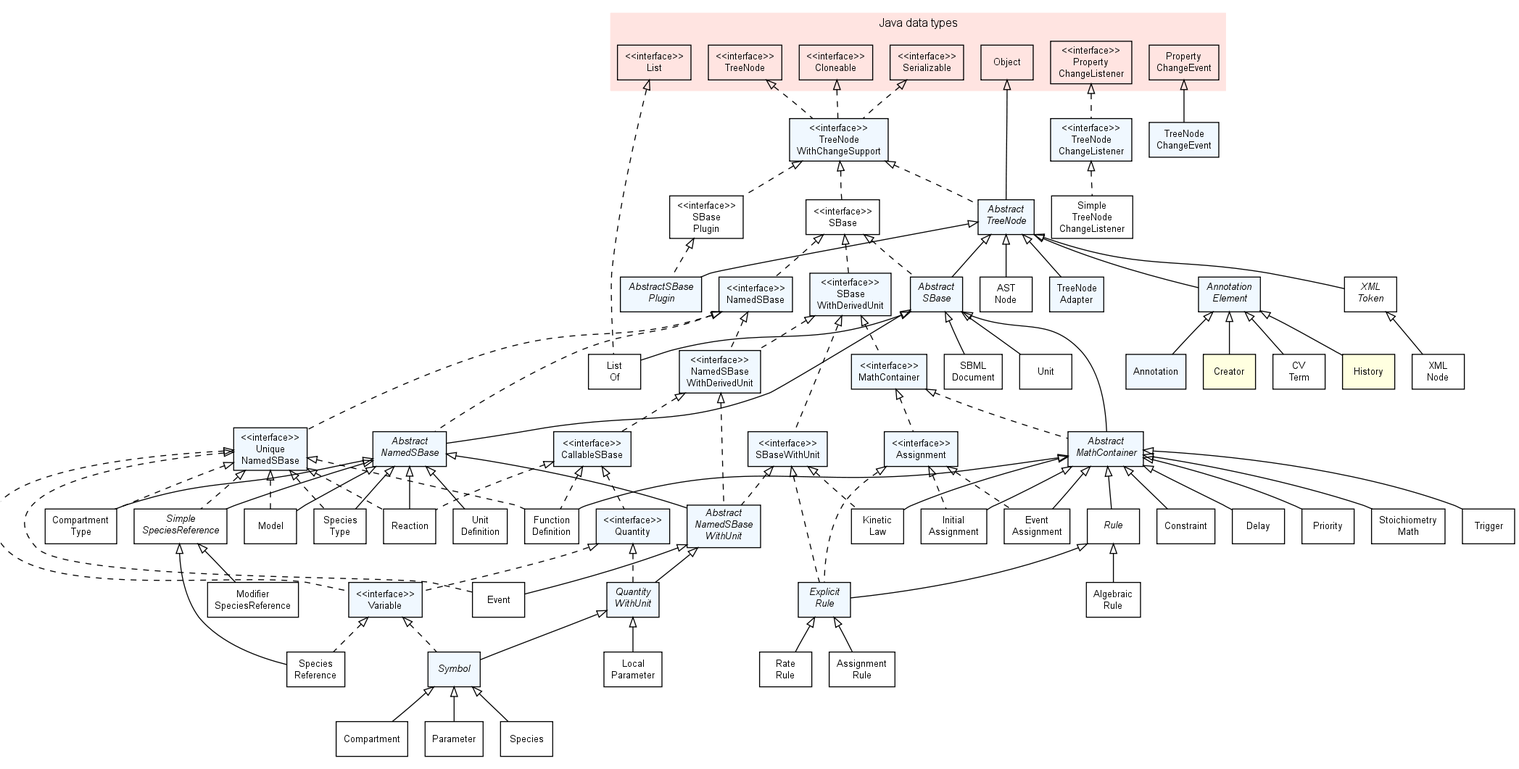
This is doc/img/FullTypeHierarchy.png from sbmlteam/jsbml, a Graphviz export, as it was before one commit. Its source is kept beside it as doc/img/FullTypeHierarchy.dot.
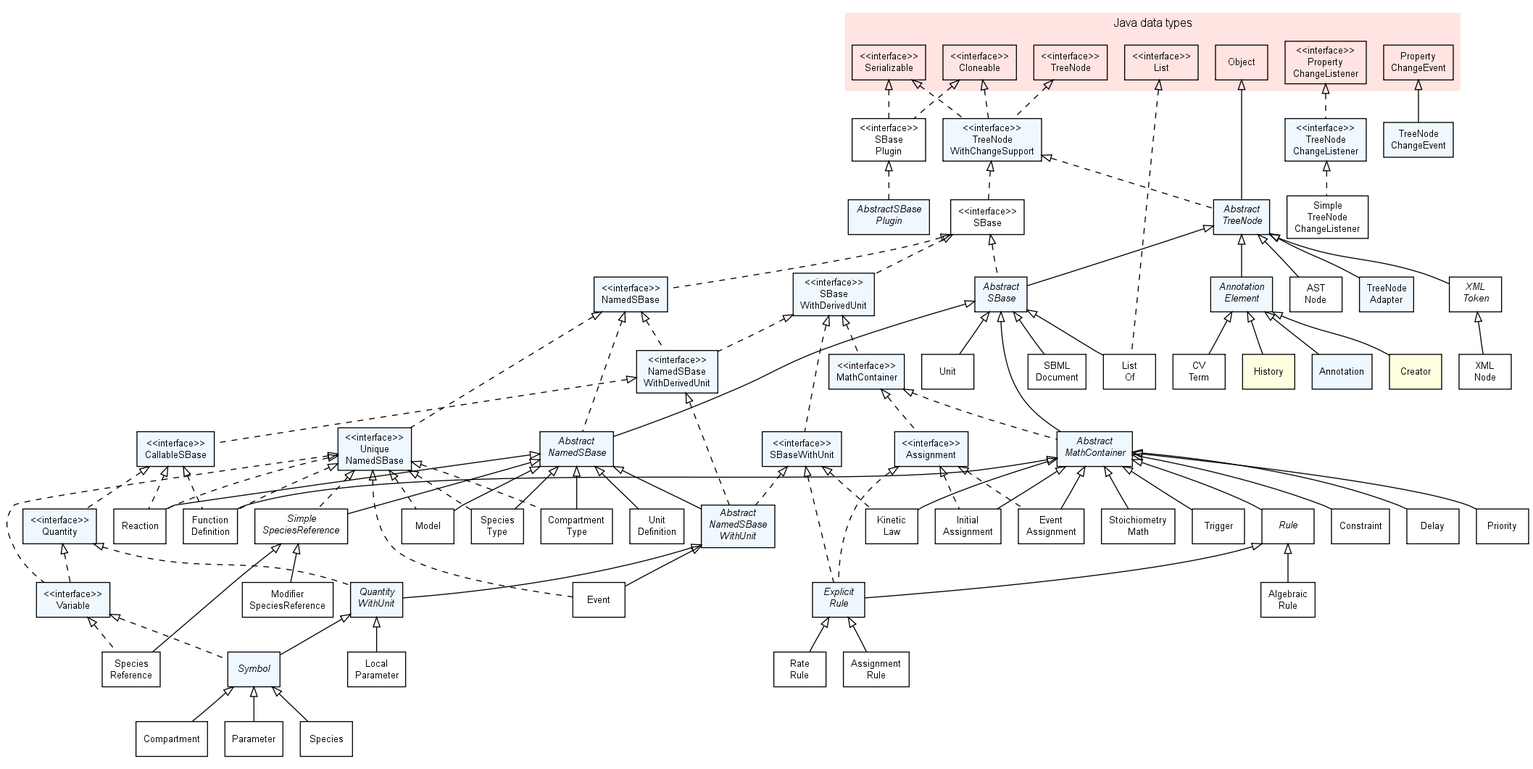
Above is the later version.

The edit, as a diff of the source:
```diff
@@ -154,7 +154,6 @@
   AbstractMathContainer      -> StoichiometryMath            [dir=back,arrowtail=empty];
   AbstractMathContainer      -> Trigger                      [dir=back,arrowtail=empty];
   AbstractTreeNode           -> AbstractSBase                [dir=back,arrowtail=empty];
-  AbstractTreeNode           -> AbstractSBasePlugin          [dir=back,arrowtail=empty];
   AbstractTreeNode           -> AnnotationElement            [dir=back,arrowtail=empty];
   AbstractTreeNode           -> ASTNode                      [dir=back,arrowtail=empty];
   AbstractTreeNode           -> TreeNodeAdapter              [dir=back,arrowtail=empty];
@@ -169,6 +168,7 @@
   CallableSBase              -> Quantity                     [dir=back,arrowtail=empty,style=dashed];
   CallableSBase              -> FunctionDefinition           [dir=back,arrowtail=empty,style=dashed];
   CallableSBase              -> Reaction                     [dir=back,arrowtail=empty,style=dashed];
+  Cloneable                  -> SBasePlugin                  [dir=back,arrowtail=empty,style=dashed];
   Cloneable                  -> TreeNodeWithChangeSupport    [dir=back,arrowtail=empty,style=dashed];
   ExplicitRule               -> AssignmentRule               [dir=back,arrowtail=empty];
   ExplicitRule               -> RateRule                     [dir=back,arrowtail=empty];
@@ -201,6 +201,7 @@
   SBaseWithUnit              -> KineticLaw                   [dir=back,arrowtail=empty,style=dashed];
   SimpleSpeciesReference     -> ModifierSpeciesReference     [dir=back,arrowtail=empty];
   SimpleSpeciesReference     -> SpeciesReference             [dir=back,arrowtail=empty];
+  Serializable               -> SBasePlugin                  [dir=back,arrowtail=empty,style=dashed];
   Serializable               -> TreeNodeWithChangeSupport    [dir=back,arrowtail=empty,style=dashed];
   Symbol                     -> Compartment                  [dir=back,arrowtail=empty];
   Symbol                     -> Parameter                    [dir=back,arrowtail=empty];
@@ -209,7 +210,6 @@
   TreeNodeChangeListener     -> SimpleTreeNodeChangeListener [dir=back,arrowtail=empty,style=dashed];
   TreeNodeWithChangeSupport  -> AbstractTreeNode             [dir=back,arrowtail=empty,style=dashed];
   TreeNodeWithChangeSupport  -> SBase                        [dir=back,arrowtail=empty,style=dashed];
-  TreeNodeWithChangeSupport  -> SBasePlugin                  [dir=back,arrowtail=empty,style=dashed];
   UniqueNamedSBase           -> CompartmentType              [dir=back,arrowtail=empty,style=dashed];
   UniqueNamedSBase           -> Event                        [dir=back,arrowtail=empty,style=dashed];
   UniqueNamedSBase           -> FunctionDefinition           [dir=back,arrowtail=empty,style=dashed];
```
